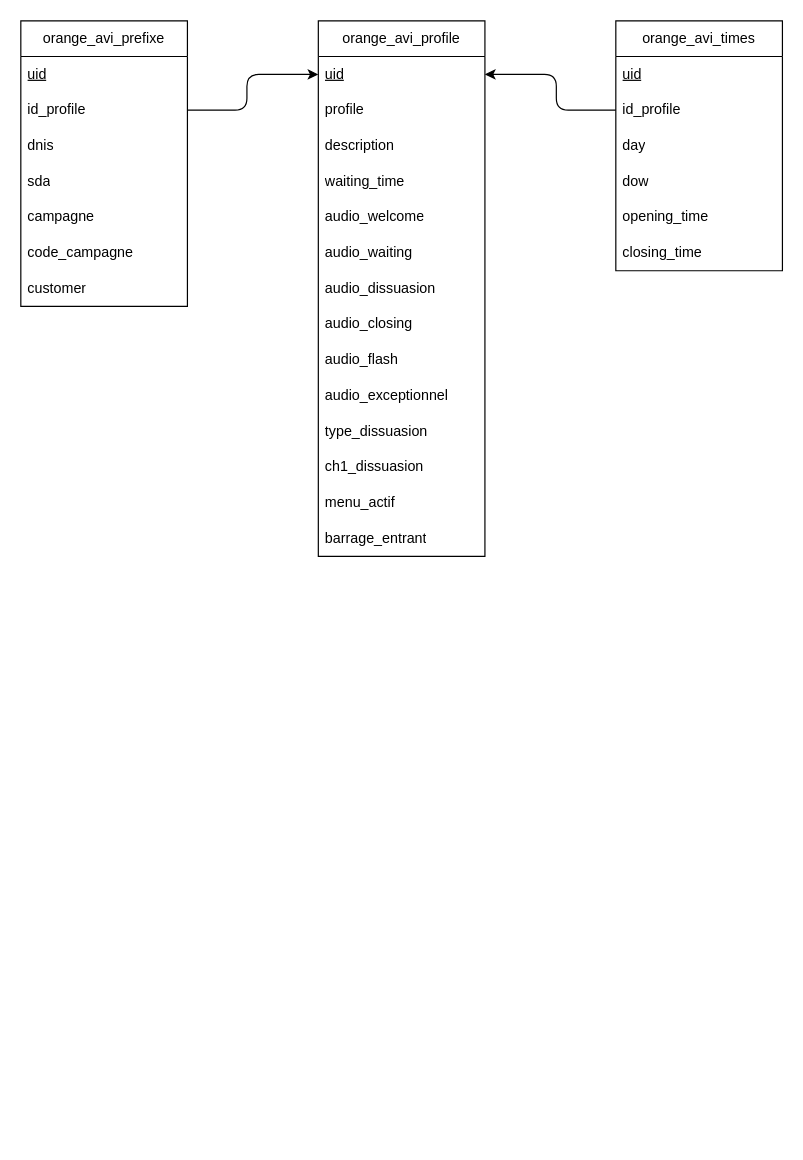
Earlier version of the draw.io diagram perso/Projet/BDD/MCD.drawio (DiouDD/stage2emeAnnee). Source tidied: cells renumbered, new cells numbered last; positions are measured from the earlier drawing's top-left corner, leaving out a move shared by most shapes. Both pictures are drawn from the tidied source at 119%, with x=0, y=0 at pixel (20, 20).
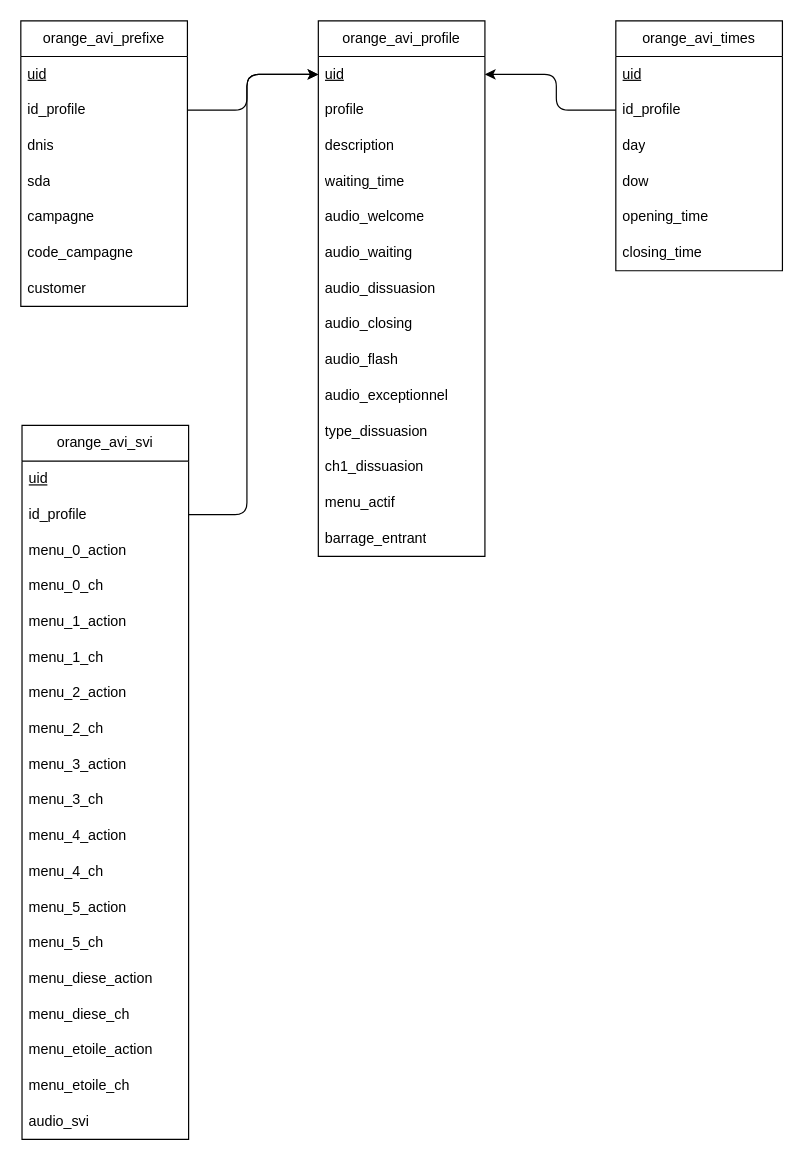
The same page after the edit.

Unchanged cells that the change refers to:
```xml
<mxCell id="11" value="&lt;u&gt;uid&lt;/u&gt;" style="text;strokeColor=none;fillColor=none;align=left;verticalAlign=middle;spacingLeft=4;spacingRight=4;overflow=hidden;points=[[0,0.5],[1,0.5]];portConstraint=eastwest;whiteSpace=wrap;html=1;" parent="10" vertex="1">
  <mxGeometry y="30" width="140" height="30" as="geometry" />
</mxCell>
```

The edit, as a diff of the source:
```diff
@@
+    <mxCell id="34" value="orange_avi_svi" style="swimlane;fontStyle=0;horizontal=1;startSize=30;whiteSpace=wrap;html=1;" parent="1" vertex="1">
+      <mxGeometry x="1" y="340" width="140" height="600" as="geometry" />
+    </mxCell>
+    <mxCell id="35" value="&lt;u&gt;uid&lt;/u&gt;" style="text;strokeColor=none;fillColor=none;align=left;verticalAlign=middle;spacingLeft=4;spacingRight=4;overflow=hidden;whiteSpace=wrap;html=1;" parent="34" vertex="1">
+      <mxGeometry y="30" width="140" height="30" as="geometry" />
+    </mxCell>
+    <mxCell id="36" value="id_profile" style="text;strokeColor=none;fillColor=none;align=left;verticalAlign=middle;spacingLeft=4;spacingRight=4;overflow=hidden;points=[[0,0.5],[1,0.5]];portConstraint=eastwest;whiteSpace=wrap;html=1;" parent="34" vertex="1">
+      <mxGeometry y="60" width="140" height="30" as="geometry" />
+    </mxCell>
+    <mxCell id="37" value="menu_0_action" style="text;strokeColor=none;fillColor=none;align=left;verticalAlign=middle;spacingLeft=4;spacingRight=4;overflow=hidden;whiteSpace=wrap;html=1;" parent="34" vertex="1">
+      <mxGeometry y="90" width="140" height="30" as="geometry" />
+    </mxCell>
+    <mxCell id="38" value="menu_0_ch" style="text;strokeColor=none;fillColor=none;align=left;verticalAlign=middle;spacingLeft=4;spacingRight=4;overflow=hidden;whiteSpace=wrap;html=1;" parent="34" vertex="1">
+      <mxGeometry y="120" width="140" height="30" as="geometry" />
+    </mxCell>
+    <mxCell id="39" value="menu_1_action" style="text;strokeColor=none;fillColor=none;align=left;verticalAlign=middle;spacingLeft=4;spacingRight=4;overflow=hidden;whiteSpace=wrap;html=1;" parent="34" vertex="1">
+      <mxGeometry y="150" width="140" height="30" as="geometry" />
+    </mxCell>
+    <mxCell id="40" value="menu_1_ch" style="text;strokeColor=none;fillColor=none;align=left;verticalAlign=middle;spacingLeft=4;spacingRight=4;overflow=hidden;whiteSpace=wrap;html=1;" parent="34" vertex="1">
+      <mxGeometry y="180" width="140" height="30" as="geometry" />
+    </mxCell>
+    <mxCell id="41" value="menu_2_action" style="text;strokeColor=none;fillColor=none;align=left;verticalAlign=middle;spacingLeft=4;spacingRight=4;overflow=hidden;whiteSpace=wrap;html=1;" parent="34" vertex="1">
+      <mxGeometry y="210" width="140" height="30" as="geometry" />
+    </mxCell>
+    <mxCell id="42" value="menu_2_ch" style="text;strokeColor=none;fillColor=none;align=left;verticalAlign=middle;spacingLeft=4;spacingRight=4;overflow=hidden;whiteSpace=wrap;html=1;" parent="34" vertex="1">
+      <mxGeometry y="240" width="140" height="30" as="geometry" />
+    </mxCell>
+    <mxCell id="43" value="menu_3_action" style="text;strokeColor=none;fillColor=none;align=left;verticalAlign=middle;spacingLeft=4;spacingRight=4;overflow=hidden;whiteSpace=wrap;html=1;" parent="34" vertex="1">
+      <mxGeometry y="270" width="140" height="30" as="geometry" />
+    </mxCell>
+    <mxCell id="44" value="menu_3_ch" style="text;strokeColor=none;fillColor=none;align=left;verticalAlign=middle;spacingLeft=4;spacingRight=4;overflow=hidden;whiteSpace=wrap;html=1;" parent="34" vertex="1">
+      <mxGeometry y="300" width="140" height="30" as="geometry" />
+    </mxCell>
+    <mxCell id="45" value="menu_4_action" style="text;strokeColor=none;fillColor=none;align=left;verticalAlign=middle;spacingLeft=4;spacingRight=4;overflow=hidden;whiteSpace=wrap;html=1;" parent="34" vertex="1">
+      <mxGeometry y="330" width="140" height="30" as="geometry" />
+    </mxCell>
+    <mxCell id="46" value="menu_4_ch" style="text;strokeColor=none;fillColor=none;align=left;verticalAlign=middle;spacingLeft=4;spacingRight=4;overflow=hidden;whiteSpace=wrap;html=1;" parent="34" vertex="1">
+      <mxGeometry y="360" width="140" height="30" as="geometry" />
+    </mxCell>
+    <mxCell id="47" value="menu_5_action" style="text;strokeColor=none;fillColor=none;align=left;verticalAlign=middle;spacingLeft=4;spacingRight=4;overflow=hidden;whiteSpace=wrap;html=1;" parent="34" vertex="1">
+      <mxGeometry y="390" width="140" height="30" as="geometry" />
+    </mxCell>
+    <mxCell id="48" value="menu_5_ch" style="text;strokeColor=none;fillColor=none;align=left;verticalAlign=middle;spacingLeft=4;spacingRight=4;overflow=hidden;whiteSpace=wrap;html=1;" parent="34" vertex="1">
+      <mxGeometry y="420" width="140" height="30" as="geometry" />
+    </mxCell>
+    <mxCell id="49" value="menu_diese_action" style="text;strokeColor=none;fillColor=none;align=left;verticalAlign=middle;spacingLeft=4;spacingRight=4;overflow=hidden;whiteSpace=wrap;html=1;" parent="34" vertex="1">
+      <mxGeometry y="450" width="140" height="30" as="geometry" />
+    </mxCell>
+    <mxCell id="50" value="menu_diese_ch" style="text;strokeColor=none;fillColor=none;align=left;verticalAlign=middle;spacingLeft=4;spacingRight=4;overflow=hidden;whiteSpace=wrap;html=1;" parent="34" vertex="1">
+      <mxGeometry y="480" width="140" height="30" as="geometry" />
+    </mxCell>
+    <mxCell id="51" value="menu_etoile_action" style="text;strokeColor=none;fillColor=none;align=left;verticalAlign=middle;spacingLeft=4;spacingRight=4;overflow=hidden;whiteSpace=wrap;html=1;" parent="34" vertex="1">
+      <mxGeometry y="510" width="140" height="30" as="geometry" />
+    </mxCell>
+    <mxCell id="52" value="menu_etoile_ch" style="text;strokeColor=none;fillColor=none;align=left;verticalAlign=middle;spacingLeft=4;spacingRight=4;overflow=hidden;whiteSpace=wrap;html=1;" parent="34" vertex="1">
+      <mxGeometry y="540" width="140" height="30" as="geometry" />
+    </mxCell>
+    <mxCell id="53" value="audio_svi" style="text;strokeColor=none;fillColor=none;align=left;verticalAlign=middle;spacingLeft=4;spacingRight=4;overflow=hidden;whiteSpace=wrap;html=1;" parent="34" vertex="1">
+      <mxGeometry y="570" width="140" height="30" as="geometry" />
+    </mxCell>
+    <mxCell id="54" style="endArrow=classic;html=1;entryX=0;entryY=0.5;entryDx=0;entryDy=0;exitX=1;exitY=0.5;exitDx=0;exitDy=0;" parent="1" edge="1" source="36" target="11">
+      <mxGeometry relative="1" as="geometry">
+        <Array as="points">
+          <mxPoint x="190" y="415" />
+          <mxPoint x="190" y="45" />
+        </Array>
+      </mxGeometry>
+    </mxCell>
```
